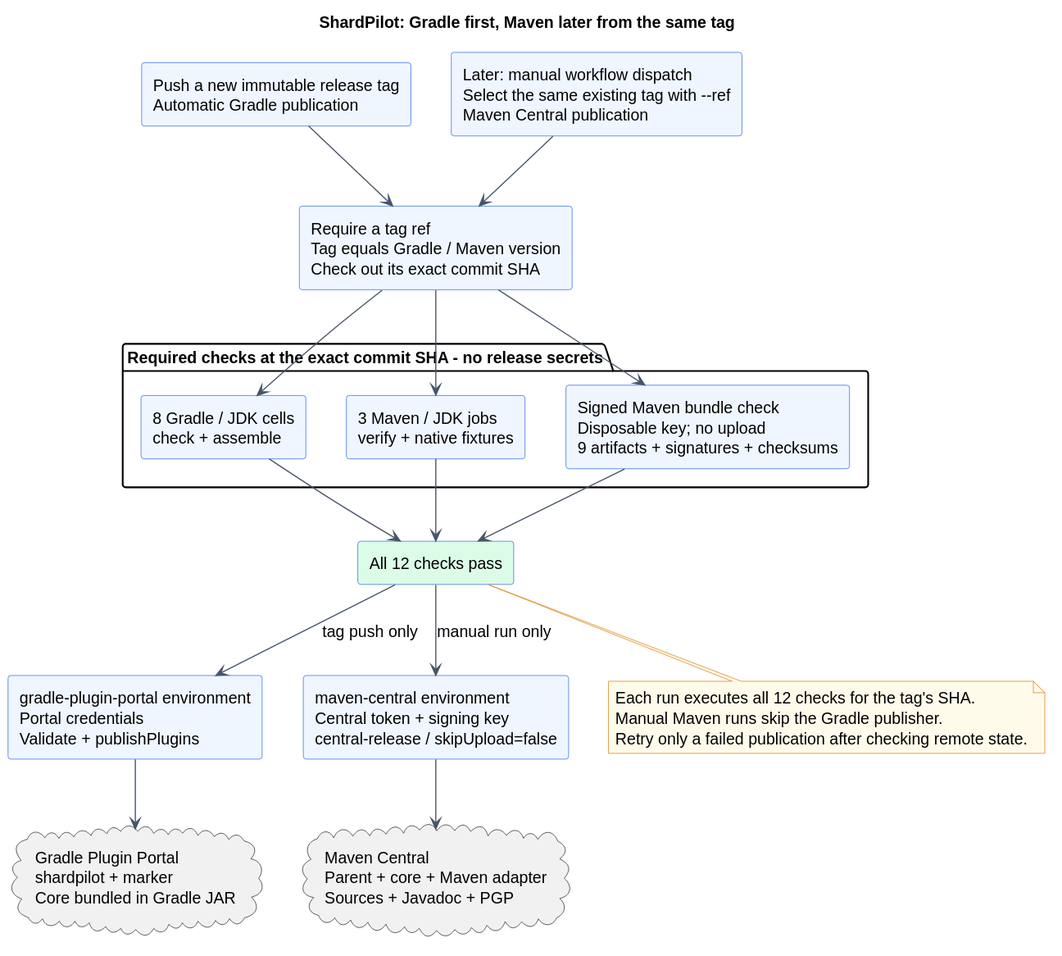
This is docs/diagrams/publication.svg from sjacek/shardpilot, a PlantUML export, as it was before one commit. Its source is kept beside it as docs/diagrams/publication.puml.
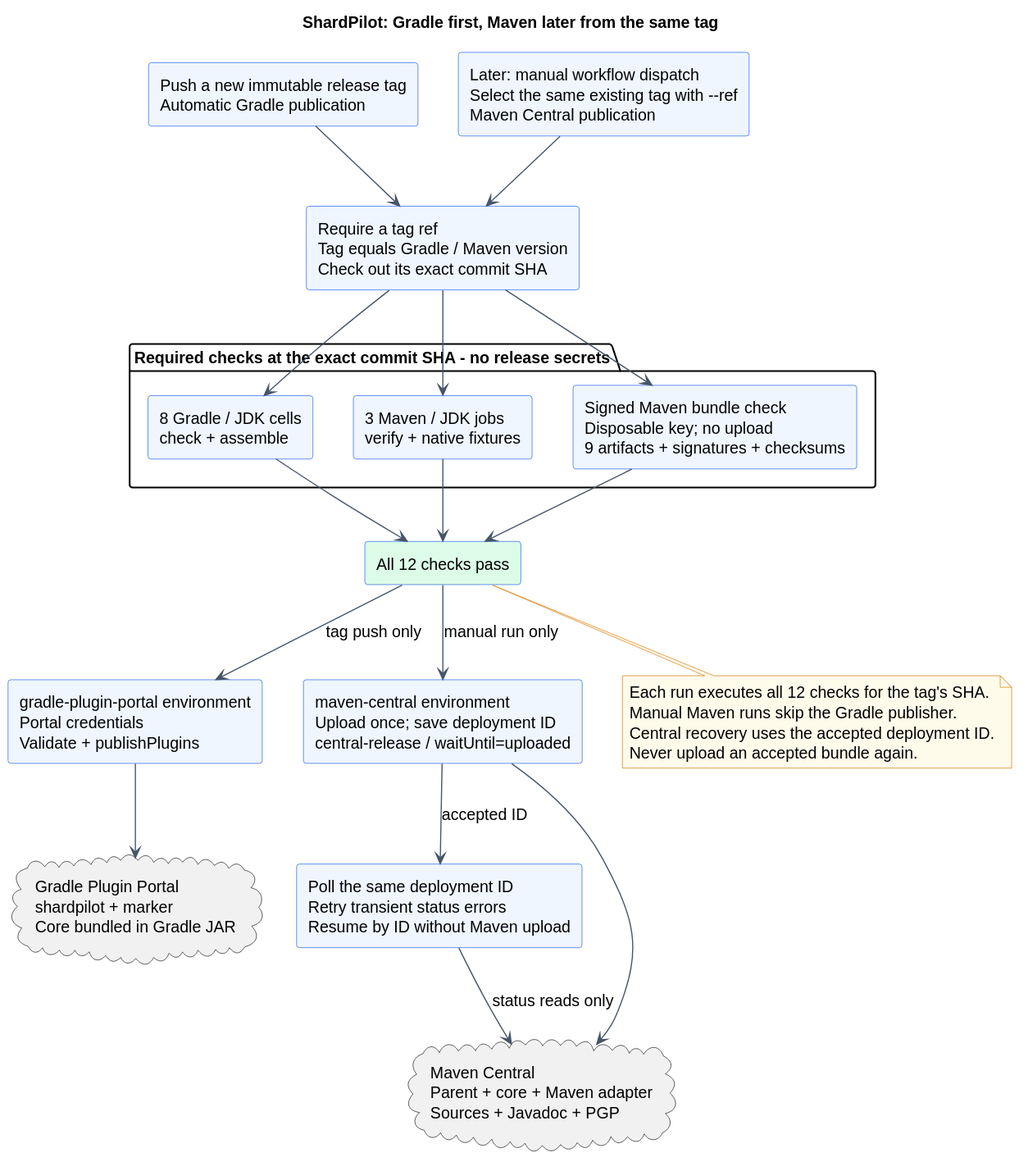
Above is the later version.

What changed in the source:
```diff
@@ -22,7 +22,8 @@
 }
 component "All 12 checks pass" as gate #DCFCE7
 component "gradle-plugin-portal environment\nPortal credentials\nValidate + publishPlugins" as gradlePublish
-component "maven-central environment\nCentral token + signing key\ncentral-release / skipUpload=false" as mavenPublish
+component "maven-central environment\nUpload once; save deployment ID\ncentral-release / waitUntil=uploaded" as mavenPublish
+component "Poll the same deployment ID\nRetry transient status errors\nResume by ID without Maven upload" as status
 cloud "Gradle Plugin Portal\nshardpilot + marker\nCore bundled in Gradle JAR" as portal
 cloud "Maven Central\nParent + core + Maven adapter\nSources + Javadoc + PGP" as central
 
@@ -38,10 +39,13 @@
 gate --> mavenPublish : manual run only
 gradlePublish --> portal
 mavenPublish --> central
+mavenPublish --> status : accepted ID
+status --> central : status reads only
 
 note bottom of gate
   Each run executes all 12 checks for the tag's SHA.
   Manual Maven runs skip the Gradle publisher.
-  Retry only a failed publication after checking remote state.
+  Central recovery uses the accepted deployment ID.
+  Never upload an accepted bundle again.
 end note
 @enduml
```
